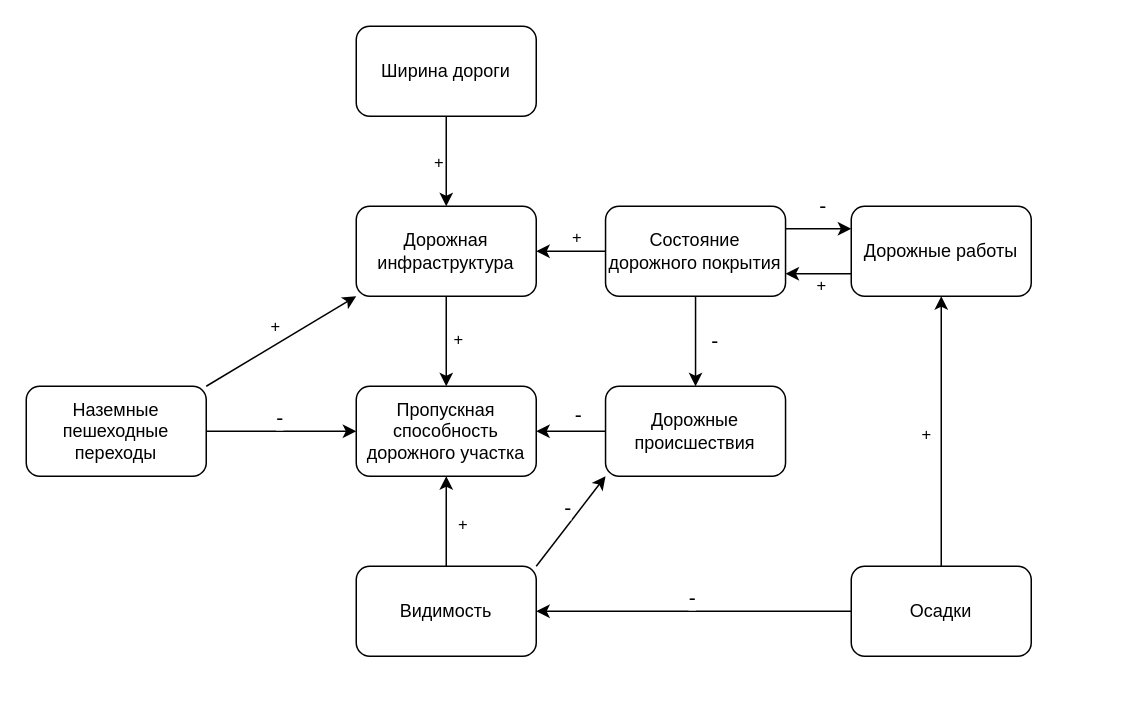
The draw.io diagram СППР2.drawio in BaronVice/schemas, before the edit. Source tidied: cells renumbered, new cells numbered last; positions are measured from the earlier drawing's top-left corner, leaving out a move shared by most shapes. Both pictures are drawn from the tidied source at 150%, with x=0, y=0 at pixel (26, 26).
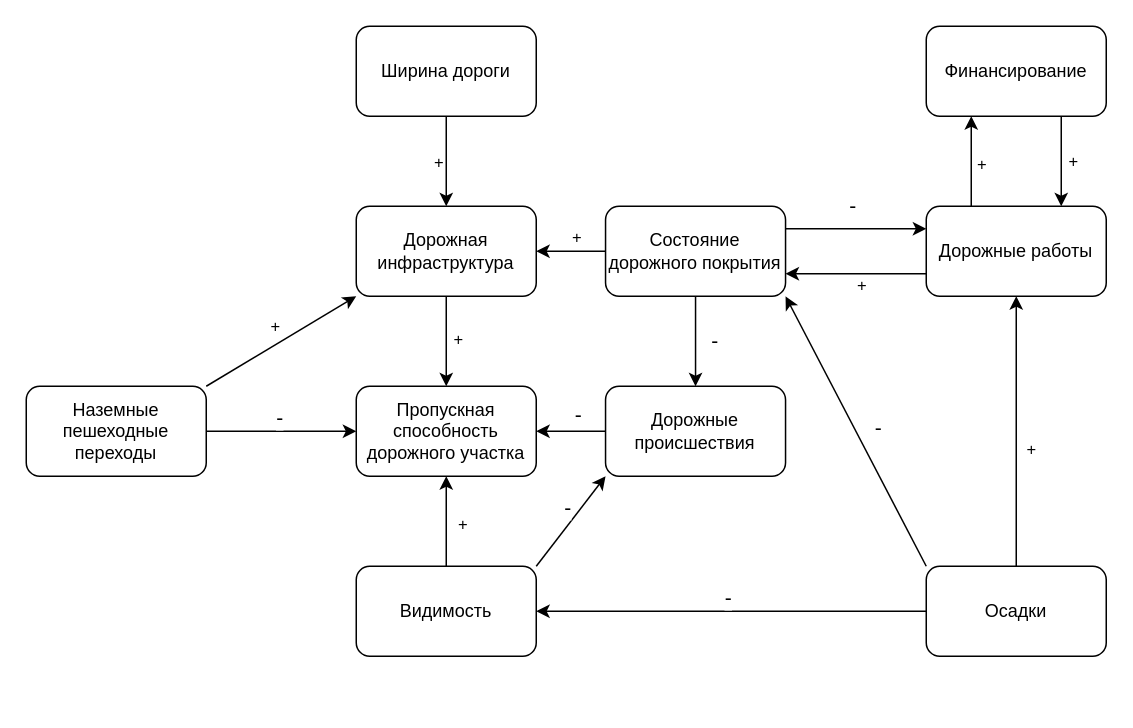
The same diagram, later.

The change refers to these unchanged cells:
```xml
<mxCell id="11" value="Состояние дорожного покрытия" style="rounded=1;whiteSpace=wrap;html=1;" parent="1" vertex="1">
  <mxGeometry x="386.2" y="120" width="120" height="60" as="geometry" />
</mxCell>
```

The edit, as a diff of the source:
```diff
@@
+    <mxCell id="37" style="edgeStyle=orthogonalEdgeStyle;rounded=0;jettySize=auto;html=1;exitX=0.25;exitY=0;exitDx=0;exitDy=0;entryX=0.25;entryY=1;entryDx=0;entryDy=0;" parent="1" edge="1" source="23" target="43">
+      <mxGeometry relative="1" as="geometry" />
+    </mxCell>
+    <mxCell id="38" value="+" style="edgeLabel;html=1;align=center;verticalAlign=middle;" parent="37" vertex="1">
+      <mxGeometry x="-0.04" y="-6" relative="1" as="geometry" />
+    </mxCell>
     <mxCell id="23" value="Дорожные работы" style="rounded=1;whiteSpace=wrap;html=1;" parent="1" vertex="1">
-      <mxGeometry x="550" y="120" width="120" height="60" as="geometry" />
+      <mxGeometry x="600" y="120" width="120" height="60" as="geometry" />
     </mxCell>
@@
     <mxCell id="27" value="Осадки" style="rounded=1;whiteSpace=wrap;html=1;" parent="1" vertex="1">
-      <mxGeometry x="550" y="360" width="120" height="60" as="geometry" />
+      <mxGeometry x="600" y="360" width="120" height="60" as="geometry" />
     </mxCell>
     <mxCell id="28" value="+" style="edgeLabel;html=1;align=center;verticalAlign=middle;" parent="1" vertex="1">
-      <mxGeometry x="600" y="270" as="geometry">
+      <mxGeometry x="670" y="280" as="geometry">
         <mxPoint x="-1" y="1" as="offset" />
       </mxGeometry>
     </mxCell>
@@
     <mxCell id="36" value="&lt;font style=&quot;font-size: 14px;&quot;&gt;-&lt;/font&gt;" style="edgeLabel;html=1;align=center;verticalAlign=middle;" parent="1" vertex="1">
-      <mxGeometry x="530" y="110" as="geometry">
+      <mxGeometry x="550" y="110" as="geometry">
         <mxPoint y="9" as="offset" />
       </mxGeometry>
     </mxCell>
+    <mxCell id="39" style="endArrow=classic;html=1;rounded=0;entryX=1;entryY=1;entryDx=0;entryDy=0;exitX=0;exitY=0;exitDx=0;exitDy=0;" parent="1" edge="1" source="27" target="11">
+      <mxGeometry relative="1" as="geometry" />
+    </mxCell>
+    <mxCell id="40" value="&lt;font style=&quot;font-size: 14px;&quot;&gt;-&lt;/font&gt;" style="edgeLabel;html=1;align=center;verticalAlign=middle;" parent="1" vertex="1">
+      <mxGeometry x="476.9" y="390" as="geometry">
+        <mxPoint x="91" y="-123" as="offset" />
+      </mxGeometry>
+    </mxCell>
+    <mxCell id="41" style="edgeStyle=orthogonalEdgeStyle;rounded=0;jettySize=auto;html=1;exitX=0.75;exitY=1;exitDx=0;exitDy=0;entryX=0.75;entryY=0;entryDx=0;entryDy=0;" parent="1" edge="1" source="43" target="23">
+      <mxGeometry relative="1" as="geometry" />
+    </mxCell>
+    <mxCell id="42" value="+" style="edgeLabel;html=1;align=center;verticalAlign=middle;" parent="41" vertex="1">
+      <mxGeometry x="-0.05" y="7" relative="1" as="geometry" />
+    </mxCell>
+    <mxCell id="43" value="Финансирование" style="rounded=1;whiteSpace=wrap;html=1;" parent="1" vertex="1">
+      <mxGeometry x="600" width="120" height="60" as="geometry" />
+    </mxCell>
```
